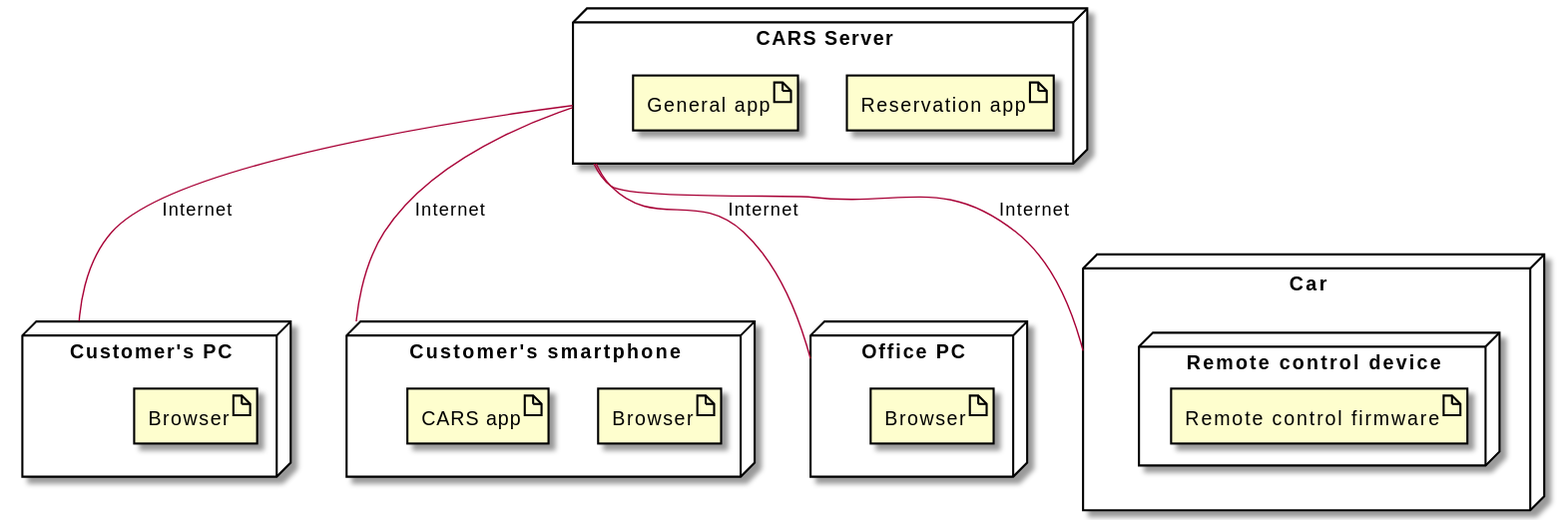
franco-ruggeri/polito-information-systems keeps this PlantUML diagram as car_rental/models/deployment_to_be.svg. Above is the earlier version.
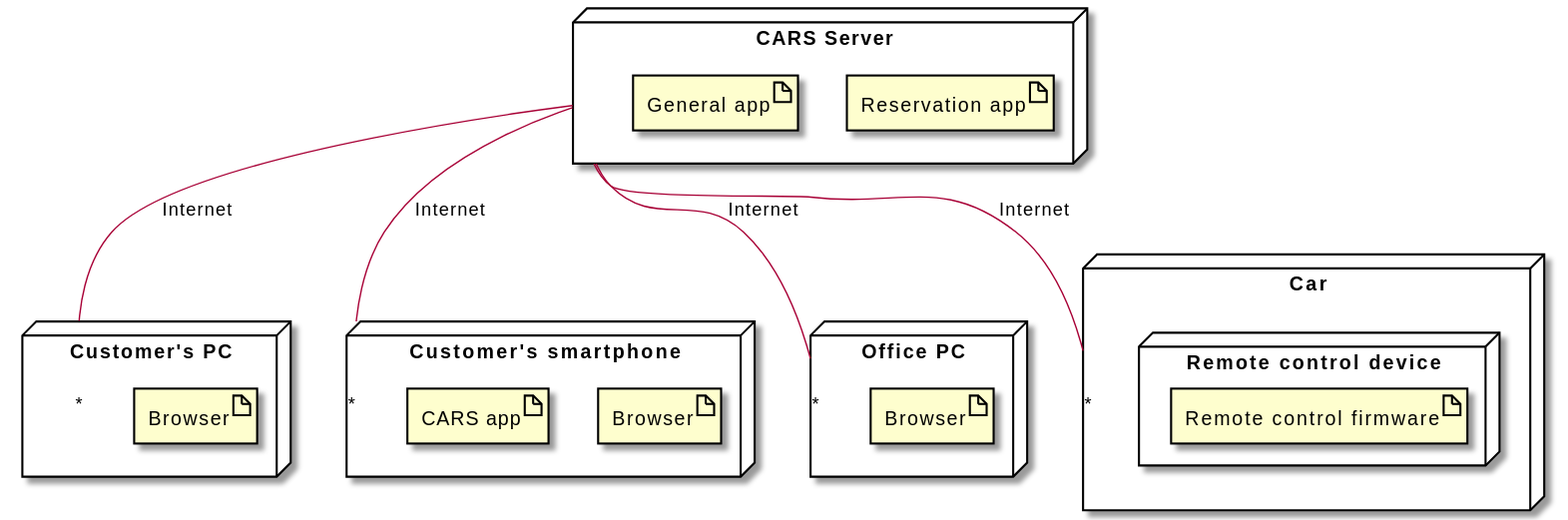
Above is the later version.

What changed in the source:
```diff
@@ -23,8 +23,8 @@
 	artifact "General app"
 }
 
-CARSServer -- CustomerPC : Internet
-CARSServer -- CustomerSmartphone : Internet
-CARSServer -- OfficePC : Internet
-CARSServer -- Car : Internet
+CARSServer -- "*" CustomerPC : Internet
+CARSServer -- "*" CustomerSmartphone : Internet
+CARSServer -- "*" OfficePC : Internet
+CARSServer -- "*" Car : Internet
 @enduml
```
